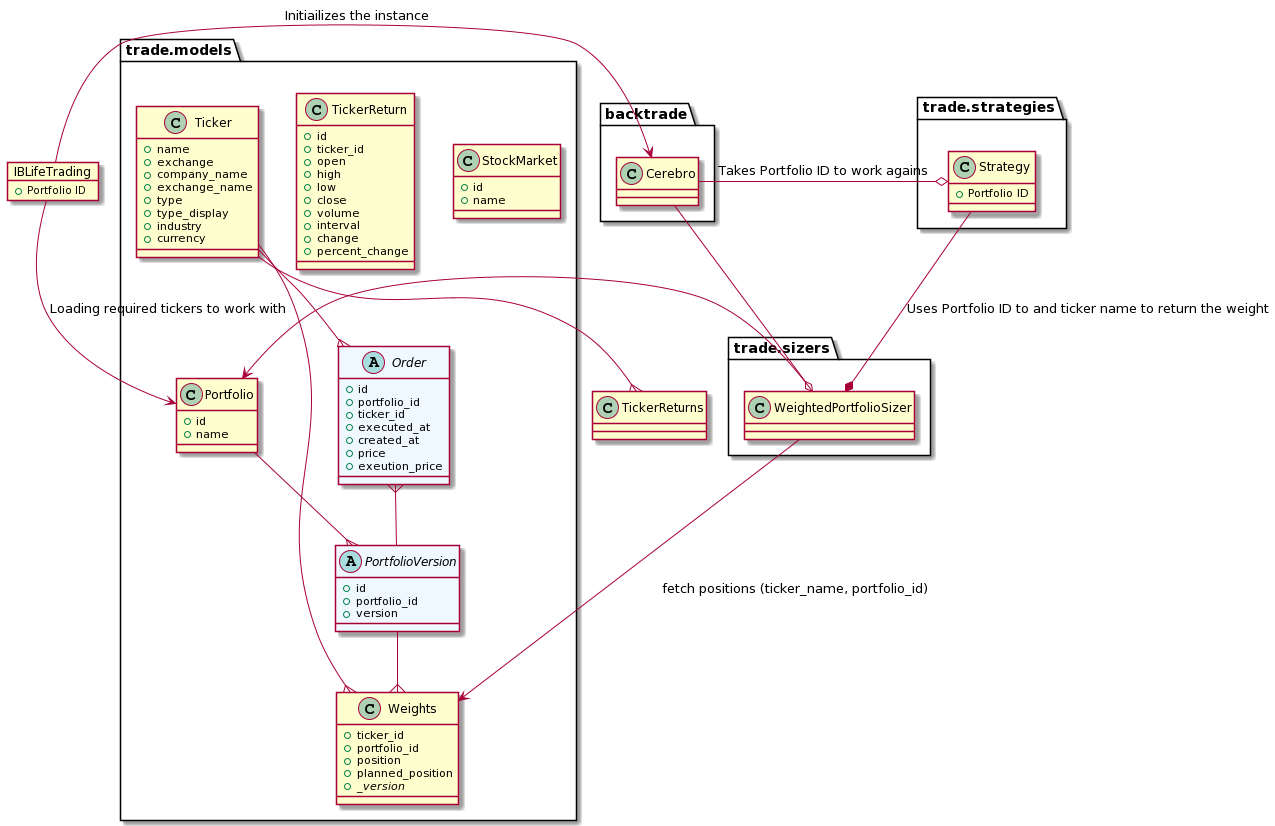
Before: docs/relations.png, a diagram exported from PlantUML (ftt-project/ftt).
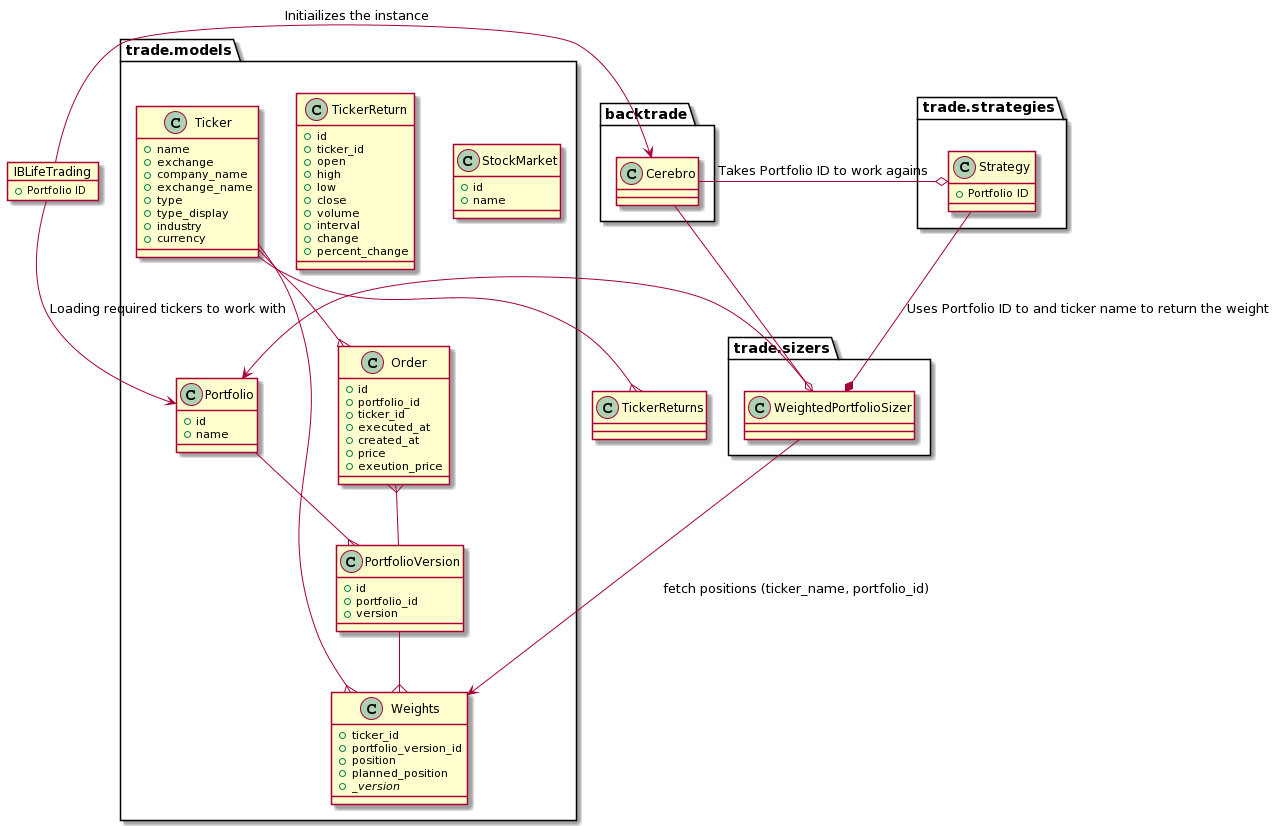
The same file after the commit.

Change to the diagram source:
```diff
@@ -8,7 +8,7 @@
         + id
         + name
     }
-    abstract class PortfolioVersion #aliceblue {
+    class PortfolioVersion {
         + id
         + portfolio_id
         + version
@@ -27,7 +27,7 @@
     }
     class Weights {
         + ticker_id
-        + portfolio_id
+        + portfolio_version_id
         + position
         + planned_position
         + {abstract} _version
@@ -42,7 +42,7 @@
         + industry
         + currency
     }
-    abstract class Order #aliceblue {
+    class Order {
         + id
         + portfolio_id
         + ticker_id
```
